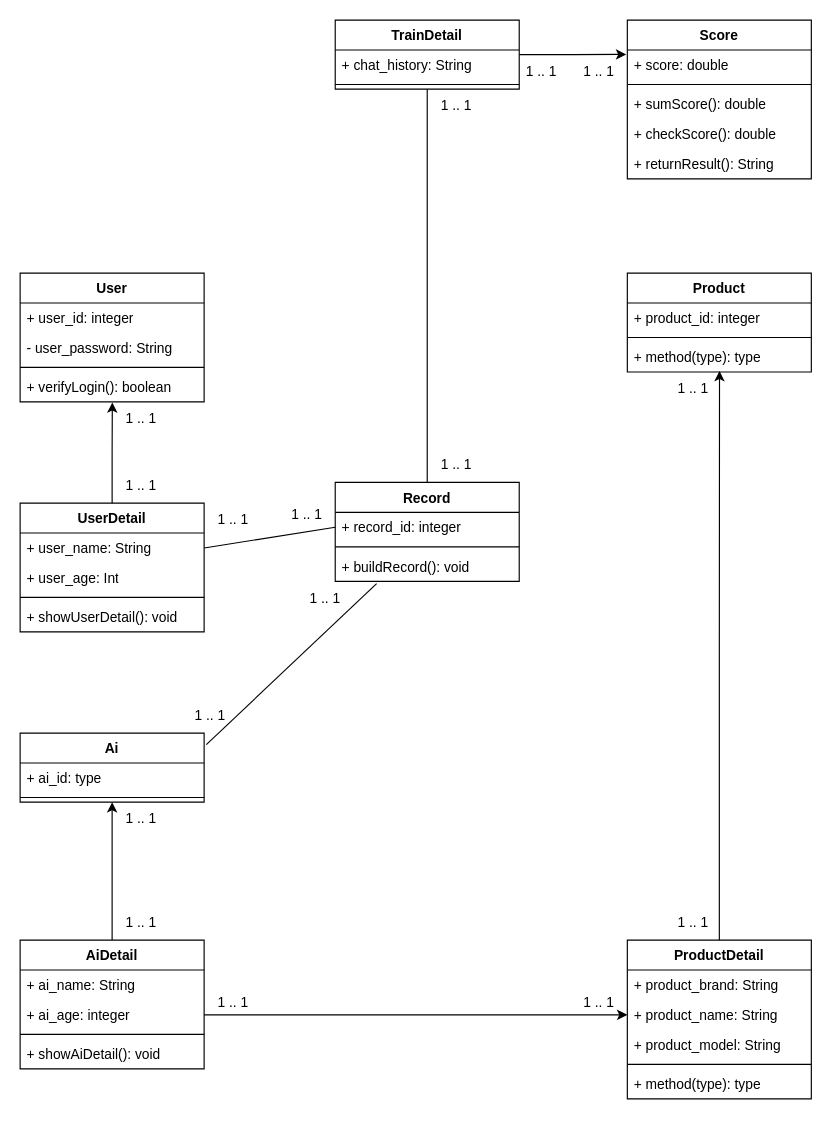
This is diagrams/class_diagram_design.drawio from University-Bangkok-JW/cs497-project, a draw.io file, before an edit. Source tidied: cells renumbered, new cells numbered last; positions are measured from the earlier drawing's top-left corner, leaving out a move shared by most shapes. Both pictures are drawn from the tidied source at 115%, with x=0, y=0 at pixel (20, 20).
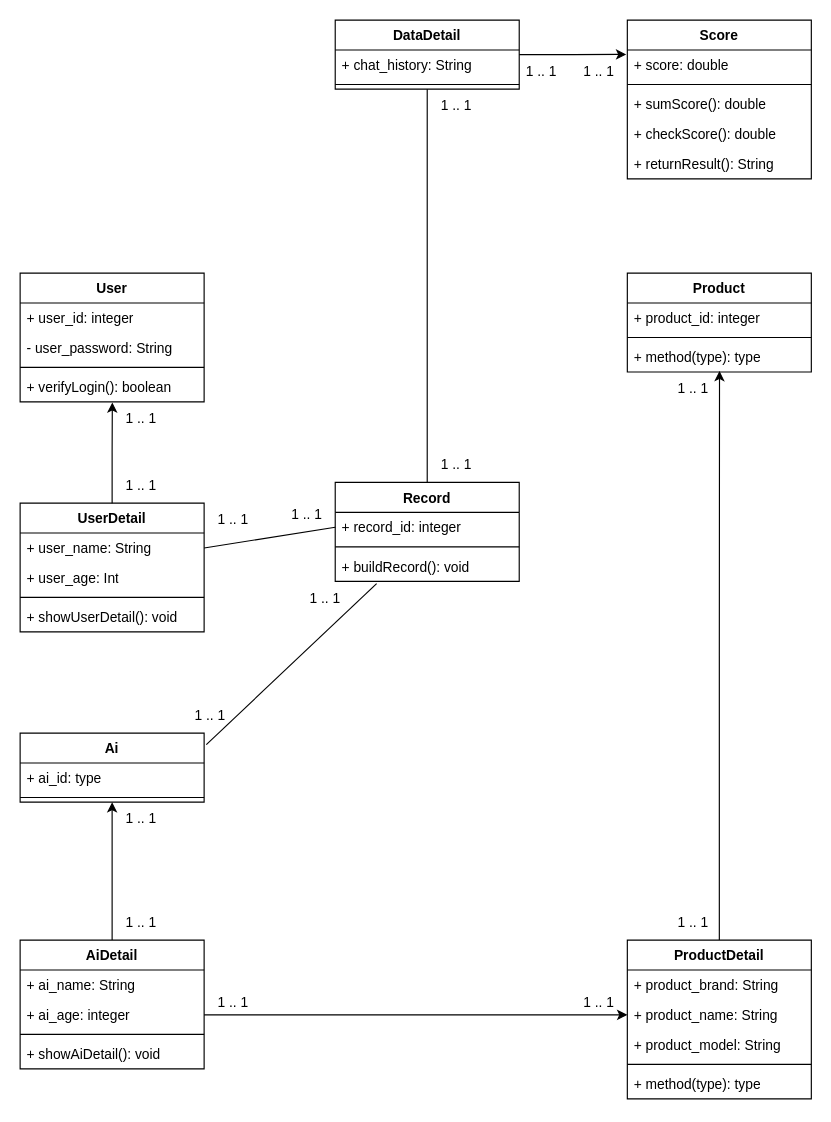
Above is the later version.

Commit message:
Change class TrainDetail to DataDetail

The edit, as a diff of the source:
```diff
@@
-    <mxCell id="31" value="TrainDetail" style="swimlane;fontStyle=1;align=center;verticalAlign=top;horizontal=1;startSize=26;whiteSpace=wrap;html=1;" parent="1" vertex="1">
+    <mxCell id="31" value="DataDetail" style="swimlane;fontStyle=1;align=center;verticalAlign=top;horizontal=1;startSize=26;whiteSpace=wrap;html=1;" parent="1" vertex="1">
       <mxGeometry x="274" width="160" height="60" as="geometry" />
     </mxCell>
```
